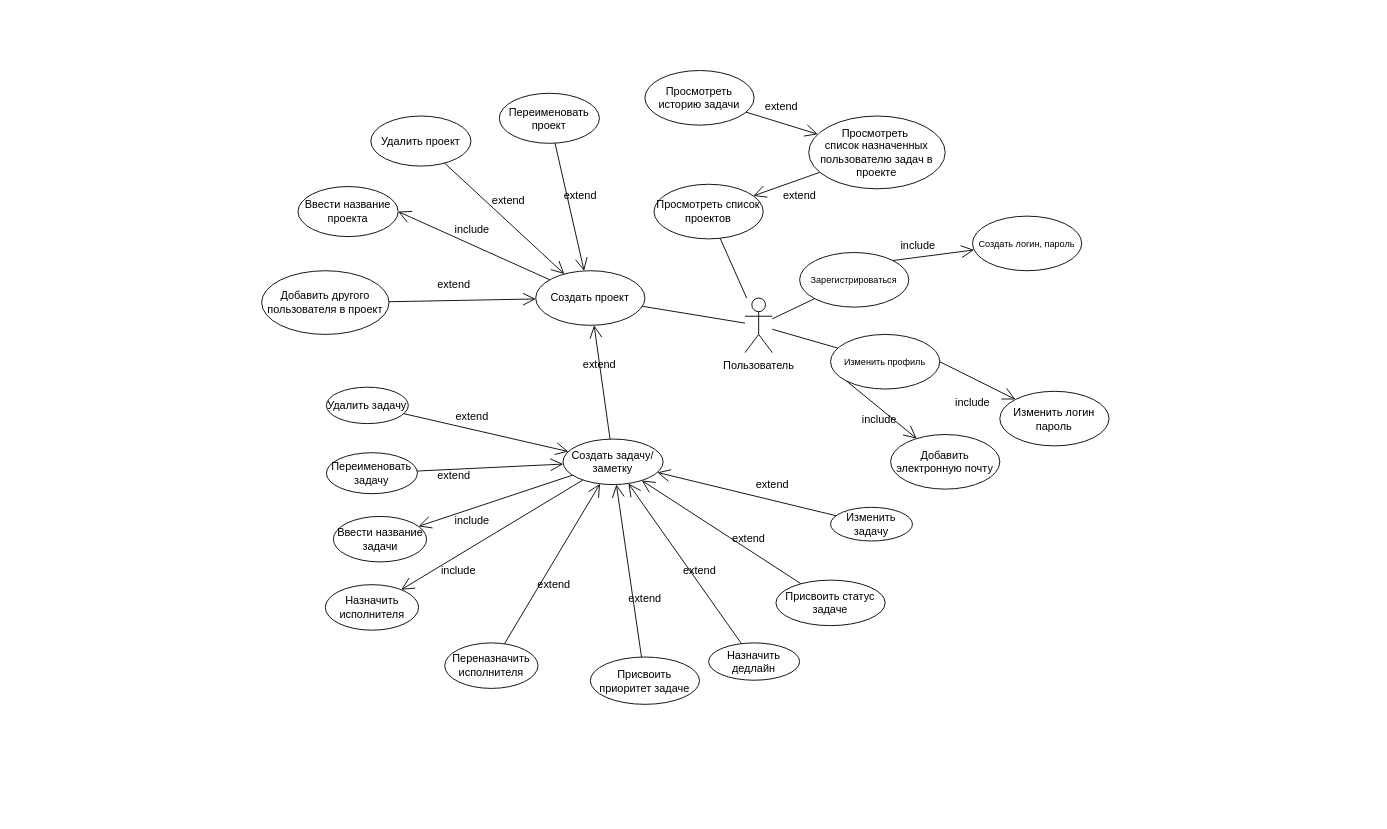
Earlier version of the draw.io diagram doc/use-case.drawio (DeeMassG/Task-Tracker). Source tidied: cells renumbered, new cells numbered last; positions are measured from the earlier drawing's top-left corner, leaving out a move shared by most shapes. Both pictures are drawn from the tidied source at 91%, with x=0, y=0 at pixel (261, 70).
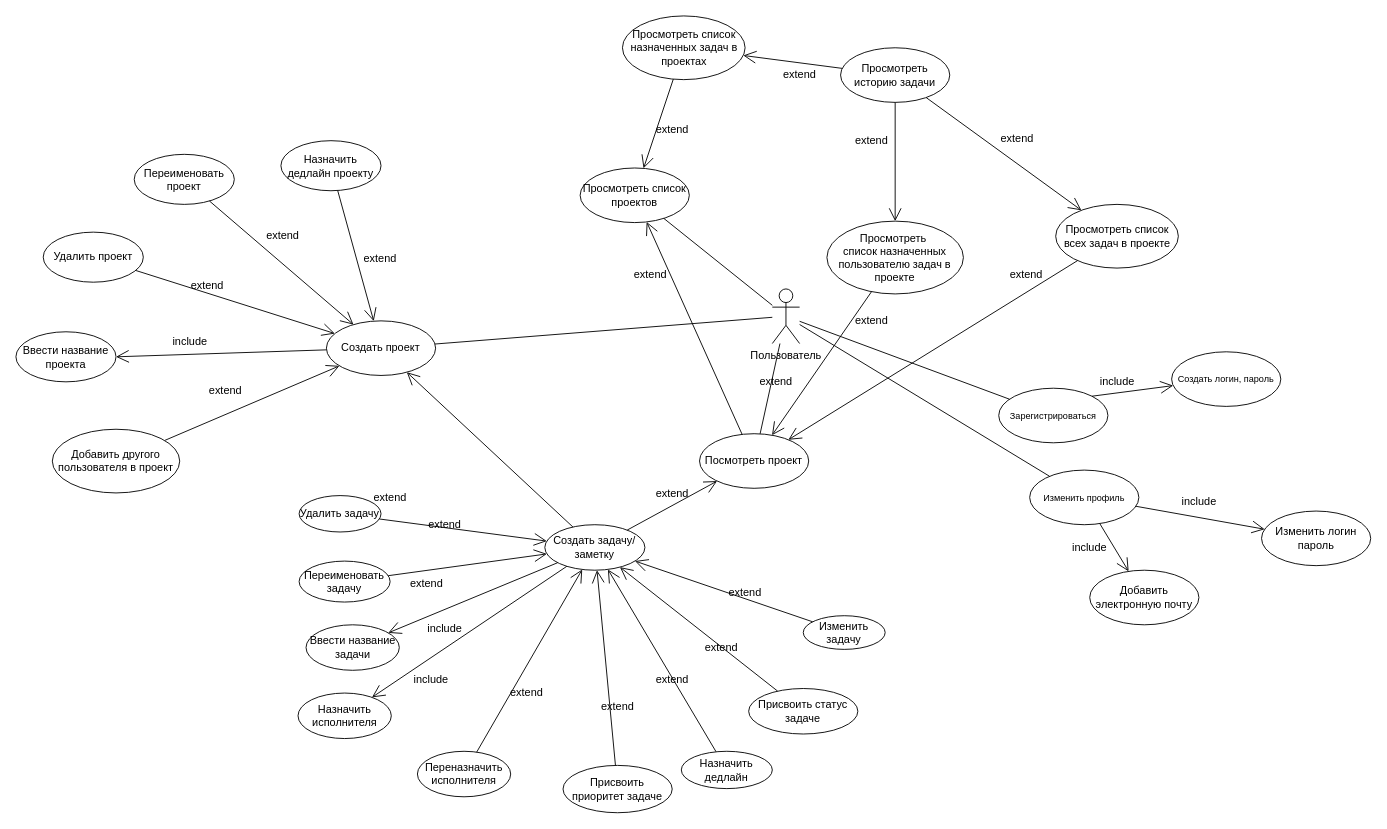
Above is the later version.

Commit message:
Исправлена use-case диаграмма

What changed in the source:
```diff
@@
     <mxCell id="2" value="Пользователь" style="shape=umlActor;verticalLabelPosition=bottom;verticalAlign=top;html=1;outlineConnect=0;" parent="1" vertex="1">
-      <mxGeometry x="531.2" y="250" width="30" height="60" as="geometry" />
+      <mxGeometry x="561.2" y="240" width="30" height="60" as="geometry" />
     </mxCell>
     <mxCell id="3" value="&lt;font style=&quot;font-size: 10px;&quot;&gt;Зарегистрироваться&lt;/font&gt;" style="ellipse;whiteSpace=wrap;html=1;" parent="1" vertex="1">
-      <mxGeometry x="591.2" y="200" width="120" height="60" as="geometry" />
+      <mxGeometry x="810" y="349.1" width="120" height="60" as="geometry" />
     </mxCell>
     <mxCell id="4" value="&lt;font style=&quot;font-size: 10px;&quot;&gt;Создать логин, пароль&lt;/font&gt;" style="ellipse;whiteSpace=wrap;html=1;" parent="1" vertex="1">
-      <mxGeometry x="781.2" y="160" width="120" height="60" as="geometry" />
+      <mxGeometry x="1000" y="309.1" width="120" height="60" as="geometry" />
     </mxCell>
     <mxCell id="5" value="&lt;font style=&quot;font-size: 10px;&quot;&gt;Изменить профиль&lt;/font&gt;" style="ellipse;whiteSpace=wrap;html=1;" parent="1" vertex="1">
-      <mxGeometry x="625.2" y="290" width="120" height="60" as="geometry" />
+      <mxGeometry x="844" y="439.1" width="120" height="60" as="geometry" />
     </mxCell>
     <mxCell id="6" value="Добавить электронную почту" style="ellipse;whiteSpace=wrap;html=1;" parent="1" vertex="1">
-      <mxGeometry x="691.2" y="400" width="120" height="60" as="geometry" />
+      <mxGeometry x="910" y="549.1" width="120" height="60" as="geometry" />
     </mxCell>
     <mxCell id="7" value="Изменить логин&lt;br&gt;пароль" style="ellipse;whiteSpace=wrap;html=1;" parent="1" vertex="1">
-      <mxGeometry x="811.2" y="352.5" width="120" height="60" as="geometry" />
+      <mxGeometry x="1098.8" y="484.1" width="120" height="60" as="geometry" />
     </mxCell>
     <mxCell id="8" value="Просмотреть&amp;nbsp;&lt;br&gt;список назначенных пользователю задач в проекте" style="ellipse;whiteSpace=wrap;html=1;" parent="1" vertex="1">
-      <mxGeometry x="601.2" y="50" width="150" height="80" as="geometry" />
+      <mxGeometry x="621.2" y="165.5" width="150" height="80" as="geometry" />
     </mxCell>
     <mxCell id="9" value="Ввести название проекта" style="ellipse;whiteSpace=wrap;html=1;" parent="1" vertex="1">
-      <mxGeometry x="40" y="127.5" width="110" height="55" as="geometry" />
+      <mxGeometry x="-270" y="287.1" width="110" height="55" as="geometry" />
     </mxCell>
     <mxCell id="10" value="Создать проект" style="ellipse;whiteSpace=wrap;html=1;" parent="1" vertex="1">
-      <mxGeometry x="301.2" y="220" width="120" height="60" as="geometry" />
+      <mxGeometry x="71.2" y="275.1" width="120" height="60" as="geometry" />
     </mxCell>
     <mxCell id="11" value="Создать задачу/заметку" style="ellipse;whiteSpace=wrap;html=1;" parent="1" vertex="1">
-      <mxGeometry x="331.2" y="405" width="110" height="50" as="geometry" />
+      <mxGeometry x="311.2" y="499.1" width="110" height="50" as="geometry" />
     </mxCell>
     <mxCell id="12" value="Просмотреть список&lt;br&gt;проектов" style="ellipse;whiteSpace=wrap;html=1;" parent="1" vertex="1">
-      <mxGeometry x="431.2" y="125" width="120" height="60" as="geometry" />
+      <mxGeometry x="350" y="107.1" width="120" height="60" as="geometry" />
     </mxCell>
     <mxCell id="13" value="include" style="text;html=1;align=center;verticalAlign=middle;strokeColor=none;fillColor=none;" parent="1" vertex="1">
-      <mxGeometry x="201.2" y="160" width="60" height="30" as="geometry" />
+      <mxGeometry x="-108.8" y="282.6" width="60" height="30" as="geometry" />
     </mxCell>
-    <mxCell id="14" style="endArrow=open;endFill=1;endSize=12;html=1;rounded=0;exitX=1;exitY=0.5;exitDx=0;exitDy=0;" parent="1" edge="1" source="5" target="7">
+    <mxCell id="14" style="endArrow=open;endFill=1;endSize=12;html=1;rounded=0;" parent="1" edge="1" source="5" target="7">
       <mxGeometry relative="1" as="geometry" />
     </mxCell>
-    <mxCell id="15" style="endArrow=open;endFill=1;endSize=12;html=1;rounded=0;exitX=0;exitY=1;exitDx=0;exitDy=0;" parent="1" edge="1" source="5" target="6">
+    <mxCell id="15" style="endArrow=open;endFill=1;endSize=12;html=1;rounded=0;" parent="1" edge="1" source="5" target="6">
       <mxGeometry relative="1" as="geometry" />
     </mxCell>
     <mxCell id="16" value="include" style="text;html=1;align=center;verticalAlign=middle;strokeColor=none;fillColor=none;" parent="1" vertex="1">
-      <mxGeometry x="751.2" y="350" width="60" height="30" as="geometry" />
+      <mxGeometry x="1000" y="459.1" width="60" height="30" as="geometry" />
     </mxCell>
     <mxCell id="17" value="&lt;span style=&quot;text-align: center; text-wrap-mode: nowrap;&quot;&gt;include&lt;/span&gt;" style="text;whiteSpace=wrap;html=1;" parent="1" vertex="1">
-      <mxGeometry x="658.2" y="370" width="46" height="25" as="geometry" />
+      <mxGeometry x="888.8" y="511.1" width="46" height="25" as="geometry" />
     </mxCell>
@@
-    <mxCell id="22" style="endArrow=open;endFill=1;endSize=12;html=1;rounded=0;" parent="1" edge="1" source="8" target="12">
+    <mxCell id="22" style="endArrow=open;endFill=1;endSize=12;html=1;rounded=0;" parent="1" edge="1" source="8" target="74">
       <mxGeometry relative="1" as="geometry" />
     </mxCell>
@@
     <mxCell id="33" value="extend" style="text;html=1;align=center;verticalAlign=middle;strokeColor=none;fillColor=none;" parent="1" vertex="1">
-      <mxGeometry x="181.2" y="220" width="60" height="30" as="geometry" />
+      <mxGeometry x="-70" y="337.1" width="60" height="30" as="geometry" />
     </mxCell>
     <mxCell id="34" value="Добавить другого пользователя в проект" style="ellipse;whiteSpace=wrap;html=1;" parent="1" vertex="1">
-      <mxGeometry y="220" width="140" height="70" as="geometry" />
+      <mxGeometry x="-230" y="394.2" width="140" height="70" as="geometry" />
     </mxCell>
     <mxCell id="35" value="Удалить задачу" style="ellipse;whiteSpace=wrap;html=1;" parent="1" vertex="1">
-      <mxGeometry x="71.2" y="348" width="90" height="40" as="geometry" />
+      <mxGeometry x="41.2" y="467.1" width="90" height="40" as="geometry" />
     </mxCell>
     <mxCell id="36" value="Изменить задачу" style="ellipse;whiteSpace=wrap;html=1;" parent="1" vertex="1">
-      <mxGeometry x="625.2" y="480" width="90" height="37" as="geometry" />
+      <mxGeometry x="595.2" y="599.1" width="90" height="37" as="geometry" />
     </mxCell>
     <mxCell id="37" value="extend" style="text;html=1;align=center;verticalAlign=middle;strokeColor=none;fillColor=none;" parent="1" vertex="1">
-      <mxGeometry x="341.2" y="308" width="60" height="30" as="geometry" />
+      <mxGeometry x="111.2" y="454.1" width="60" height="30" as="geometry" />
     </mxCell>
     <mxCell id="38" value="extend" style="text;html=1;align=center;verticalAlign=middle;strokeColor=none;fillColor=none;" parent="1" vertex="1">
-      <mxGeometry x="531.2" y="440" width="60" height="30" as="geometry" />
+      <mxGeometry x="501.2" y="559.1" width="60" height="30" as="geometry" />
     </mxCell>
     <mxCell id="39" value="Ввести название&lt;br&gt;задачи" style="ellipse;whiteSpace=wrap;html=1;" parent="1" vertex="1">
-      <mxGeometry x="78.8" y="490" width="102.5" height="50" as="geometry" />
+      <mxGeometry x="48.8" y="609.1" width="102.5" height="50" as="geometry" />
     </mxCell>
     <mxCell id="40" value="include" style="text;html=1;align=center;verticalAlign=middle;strokeColor=none;fillColor=none;" parent="1" vertex="1">
-      <mxGeometry x="201.2" y="480" width="60" height="30" as="geometry" />
+      <mxGeometry x="171.2" y="599.1" width="60" height="30" as="geometry" />
     </mxCell>
     <mxCell id="41" value="extend" style="text;html=1;align=center;verticalAlign=middle;strokeColor=none;fillColor=none;" parent="1" vertex="1">
-      <mxGeometry x="561.2" y="123" width="60" height="30" as="geometry" />
+      <mxGeometry x="640" y="260" width="60" height="30" as="geometry" />
     </mxCell>
     <mxCell id="42" value="Присвоить статус задаче" style="ellipse;whiteSpace=wrap;html=1;" parent="1" vertex="1">
-      <mxGeometry x="565.2" y="560" width="120" height="50" as="geometry" />
+      <mxGeometry x="535.2" y="679.1" width="120" height="50" as="geometry" />
     </mxCell>
     <mxCell id="43" value="extend" style="text;html=1;align=center;verticalAlign=middle;strokeColor=none;fillColor=none;" parent="1" vertex="1">
-      <mxGeometry x="505.2" y="500" width="60" height="30" as="geometry" />
+      <mxGeometry x="475.2" y="619.1" width="60" height="30" as="geometry" />
     </mxCell>
     <mxCell id="44" value="Присвоить приоритет задаче" style="ellipse;whiteSpace=wrap;html=1;" parent="1" vertex="1">
-      <mxGeometry x="361.2" y="644.5" width="120" height="52" as="geometry" />
+      <mxGeometry x="331.2" y="763.6" width="120" height="52" as="geometry" />
     </mxCell>
     <mxCell id="45" value="extend" style="text;html=1;align=center;verticalAlign=middle;strokeColor=none;fillColor=none;" parent="1" vertex="1">
-      <mxGeometry x="391.2" y="565" width="60" height="30" as="geometry" />
+      <mxGeometry x="361.2" y="684.1" width="60" height="30" as="geometry" />
     </mxCell>
     <mxCell id="46" value="include" style="text;html=1;align=center;verticalAlign=middle;strokeColor=none;fillColor=none;" parent="1" vertex="1">
-      <mxGeometry x="691.2" y="178" width="60" height="30" as="geometry" />
+      <mxGeometry x="910" y="327.1" width="60" height="30" as="geometry" />
     </mxCell>
     <mxCell id="47" value="Переименовать задачу" style="ellipse;whiteSpace=wrap;html=1;" parent="1" vertex="1">
-      <mxGeometry x="71.2" y="420" width="100" height="45" as="geometry" />
+      <mxGeometry x="41.2" y="539.1" width="100" height="45" as="geometry" />
     </mxCell>
     <mxCell id="48" value="extend" style="text;html=1;align=center;verticalAlign=middle;strokeColor=none;fillColor=none;" parent="1" vertex="1">
-      <mxGeometry x="181.2" y="430" width="60" height="30" as="geometry" />
+      <mxGeometry x="151.2" y="549.1" width="60" height="30" as="geometry" />
     </mxCell>
     <mxCell id="49" value="Назначить дедлайн" style="ellipse;whiteSpace=wrap;html=1;" parent="1" vertex="1">
-      <mxGeometry x="491.2" y="629" width="100" height="41" as="geometry" />
+      <mxGeometry x="461.2" y="748.1" width="100" height="41" as="geometry" />
     </mxCell>
     <mxCell id="50" value="extend" style="text;html=1;align=center;verticalAlign=middle;strokeColor=none;fillColor=none;" parent="1" vertex="1">
-      <mxGeometry x="451.2" y="535" width="60" height="30" as="geometry" />
+      <mxGeometry x="421.2" y="654.1" width="60" height="30" as="geometry" />
     </mxCell>
@@
     <mxCell id="52" value="extend" style="text;html=1;align=center;verticalAlign=middle;strokeColor=none;fillColor=none;" parent="1" vertex="1">
-      <mxGeometry x="201.2" y="365" width="60" height="30" as="geometry" />
+      <mxGeometry x="171.2" y="484.1" width="60" height="30" as="geometry" />
     </mxCell>
     <mxCell id="53" value="Назначить исполнителя" style="ellipse;whiteSpace=wrap;html=1;" parent="1" vertex="1">
-      <mxGeometry x="70" y="565" width="102.5" height="50" as="geometry" />
+      <mxGeometry x="40" y="684.1" width="102.5" height="50" as="geometry" />
     </mxCell>
@@
     <mxCell id="55" value="include" style="text;html=1;align=center;verticalAlign=middle;strokeColor=none;fillColor=none;" parent="1" vertex="1">
-      <mxGeometry x="186.2" y="535" width="60" height="30" as="geometry" />
+      <mxGeometry x="156.2" y="654.1" width="60" height="30" as="geometry" />
     </mxCell>
     <mxCell id="56" value="Переназначить исполнителя" style="ellipse;whiteSpace=wrap;html=1;" parent="1" vertex="1">
-      <mxGeometry x="201.2" y="629" width="102.5" height="50" as="geometry" />
+      <mxGeometry x="171.2" y="748.1" width="102.5" height="50" as="geometry" />
     </mxCell>
@@
     <mxCell id="58" value="extend" style="text;html=1;align=center;verticalAlign=middle;strokeColor=none;fillColor=none;" parent="1" vertex="1">
-      <mxGeometry x="291.2" y="550" width="60" height="30" as="geometry" />
+      <mxGeometry x="261.2" y="669.1" width="60" height="30" as="geometry" />
     </mxCell>
     <mxCell id="59" value="Просмотреть историю задачи" style="ellipse;whiteSpace=wrap;html=1;" parent="1" vertex="1">
-      <mxGeometry x="421.2" width="120" height="60" as="geometry" />
+      <mxGeometry x="636.2" y="-25" width="120" height="60" as="geometry" />
     </mxCell>
@@
     <mxCell id="61" value="extend" style="text;html=1;align=center;verticalAlign=middle;strokeColor=none;fillColor=none;" parent="1" vertex="1">
-      <mxGeometry x="541.2" y="25" width="60" height="30" as="geometry" />
+      <mxGeometry x="640" y="62.1" width="60" height="30" as="geometry" />
     </mxCell>
     <mxCell id="62" value="Удалить проект" style="ellipse;whiteSpace=wrap;html=1;" parent="1" vertex="1">
-      <mxGeometry x="120" y="50" width="110" height="55" as="geometry" />
+      <mxGeometry x="-240" y="177.6" width="110" height="55" as="geometry" />
     </mxCell>
@@
     <mxCell id="64" value="extend" style="text;html=1;align=center;verticalAlign=middle;strokeColor=none;fillColor=none;" parent="1" vertex="1">
-      <mxGeometry x="241.2" y="127.5" width="60" height="30" as="geometry" />
+      <mxGeometry x="-90" y="222.1" width="60" height="30" as="geometry" />
     </mxCell>
     <mxCell id="65" value="Переименовать проект" style="ellipse;whiteSpace=wrap;html=1;" parent="1" vertex="1">
-      <mxGeometry x="261.2" y="25" width="110" height="55" as="geometry" />
+      <mxGeometry x="-140" y="92.1" width="110" height="55" as="geometry" />
     </mxCell>
@@
     <mxCell id="67" value="extend" style="text;html=1;align=center;verticalAlign=middle;strokeColor=none;fillColor=none;" parent="1" vertex="1">
-      <mxGeometry x="320" y="123" width="60" height="30" as="geometry" />
+      <mxGeometry x="-7.5" y="167.1" width="60" height="30" as="geometry" />
     </mxCell>
+    <mxCell id="68" value="Просмотреть список назначенных задач в проектах" style="ellipse;whiteSpace=wrap;html=1;" parent="1" vertex="1">
+      <mxGeometry x="396.5" y="-60" width="134.8" height="70" as="geometry" />
+    </mxCell>
+    <mxCell id="69" style="endArrow=open;endFill=1;endSize=12;html=1;rounded=0;" parent="1" edge="1" source="68" target="12">
+      <mxGeometry relative="1" as="geometry" />
+    </mxCell>
+    <mxCell id="70" style="endArrow=open;endFill=1;endSize=12;html=1;rounded=0;" parent="1" edge="1" source="59" target="68">
+      <mxGeometry relative="1" as="geometry" />
+    </mxCell>
+    <mxCell id="71" value="extend" style="text;html=1;align=center;verticalAlign=middle;strokeColor=none;fillColor=none;" parent="1" vertex="1">
+      <mxGeometry x="561.2" y="-10" width="60" height="30" as="geometry" />
+    </mxCell>
+    <mxCell id="72" value="extend" style="text;html=1;align=center;verticalAlign=middle;strokeColor=none;fillColor=none;" parent="1" vertex="1">
+      <mxGeometry x="421.2" y="50" width="60" height="30" as="geometry" />
+    </mxCell>
+    <mxCell id="73" style="endArrow=none;html=1;rounded=0;" parent="1" edge="1" source="2" target="74">
+      <mxGeometry relative="1" as="geometry" />
+    </mxCell>
+    <mxCell id="74" value="Посмотреть проект" style="ellipse;whiteSpace=wrap;html=1;" parent="1" vertex="1">
+      <mxGeometry x="481.2" y="399.1" width="120" height="60" as="geometry" />
+    </mxCell>
+    <mxCell id="75" style="endArrow=open;endFill=1;endSize=12;html=1;rounded=0;" parent="1" edge="1" source="11" target="74">
+      <mxGeometry relative="1" as="geometry" />
+    </mxCell>
+    <mxCell id="76" value="extend" style="text;html=1;align=center;verticalAlign=middle;strokeColor=none;fillColor=none;" parent="1" vertex="1">
+      <mxGeometry x="421.2" y="450" width="60" height="30" as="geometry" />
+    </mxCell>
+    <mxCell id="77" value="Назначить дедлайн проекту" style="ellipse;whiteSpace=wrap;html=1;" parent="1" vertex="1">
+      <mxGeometry x="21.2" y="77.1" width="110" height="55" as="geometry" />
+    </mxCell>
+    <mxCell id="78" style="endArrow=open;endFill=1;endSize=12;html=1;rounded=0;" parent="1" edge="1" source="77" target="10">
+      <mxGeometry relative="1" as="geometry" />
+    </mxCell>
+    <mxCell id="79" value="extend" style="text;html=1;align=center;verticalAlign=middle;strokeColor=none;fillColor=none;" parent="1" vertex="1">
+      <mxGeometry x="100" y="192.1" width="60" height="30" as="geometry" />
+    </mxCell>
+    <mxCell id="80" style="endArrow=open;endFill=1;endSize=12;html=1;rounded=0;" parent="1" edge="1" source="74" target="12">
+      <mxGeometry relative="1" as="geometry" />
+    </mxCell>
+    <mxCell id="81" value="extend" style="text;html=1;align=center;verticalAlign=middle;strokeColor=none;fillColor=none;" parent="1" vertex="1">
+      <mxGeometry x="396.5" y="210" width="60" height="30" as="geometry" />
+    </mxCell>
+    <mxCell id="82" value="extend" style="text;html=1;align=center;verticalAlign=middle;strokeColor=none;fillColor=none;" parent="1" vertex="1">
+      <mxGeometry x="535.2" y="327.1" width="60" height="30" as="geometry" />
+    </mxCell>
+    <mxCell id="83" value="Просмотреть список всех задач в проекте" style="ellipse;whiteSpace=wrap;html=1;" parent="1" vertex="1">
+      <mxGeometry x="872.6" y="147.1" width="134.8" height="70" as="geometry" />
+    </mxCell>
+    <mxCell id="84" style="endArrow=open;endFill=1;endSize=12;html=1;rounded=0;" parent="1" edge="1" source="83" target="74">
+      <mxGeometry relative="1" as="geometry" />
+    </mxCell>
+    <mxCell id="85" value="extend" style="text;html=1;align=center;verticalAlign=middle;strokeColor=none;fillColor=none;" parent="1" vertex="1">
+      <mxGeometry x="810" y="210" width="60" height="30" as="geometry" />
+    </mxCell>
+    <mxCell id="86" style="endArrow=open;endFill=1;endSize=12;html=1;rounded=0;" parent="1" edge="1" source="59" target="83">
+      <mxGeometry relative="1" as="geometry" />
+    </mxCell>
+    <mxCell id="87" value="extend" style="text;html=1;align=center;verticalAlign=middle;strokeColor=none;fillColor=none;" parent="1" vertex="1">
+      <mxGeometry x="800" y="60" width="60" height="30" as="geometry" />
+    </mxCell>
```
